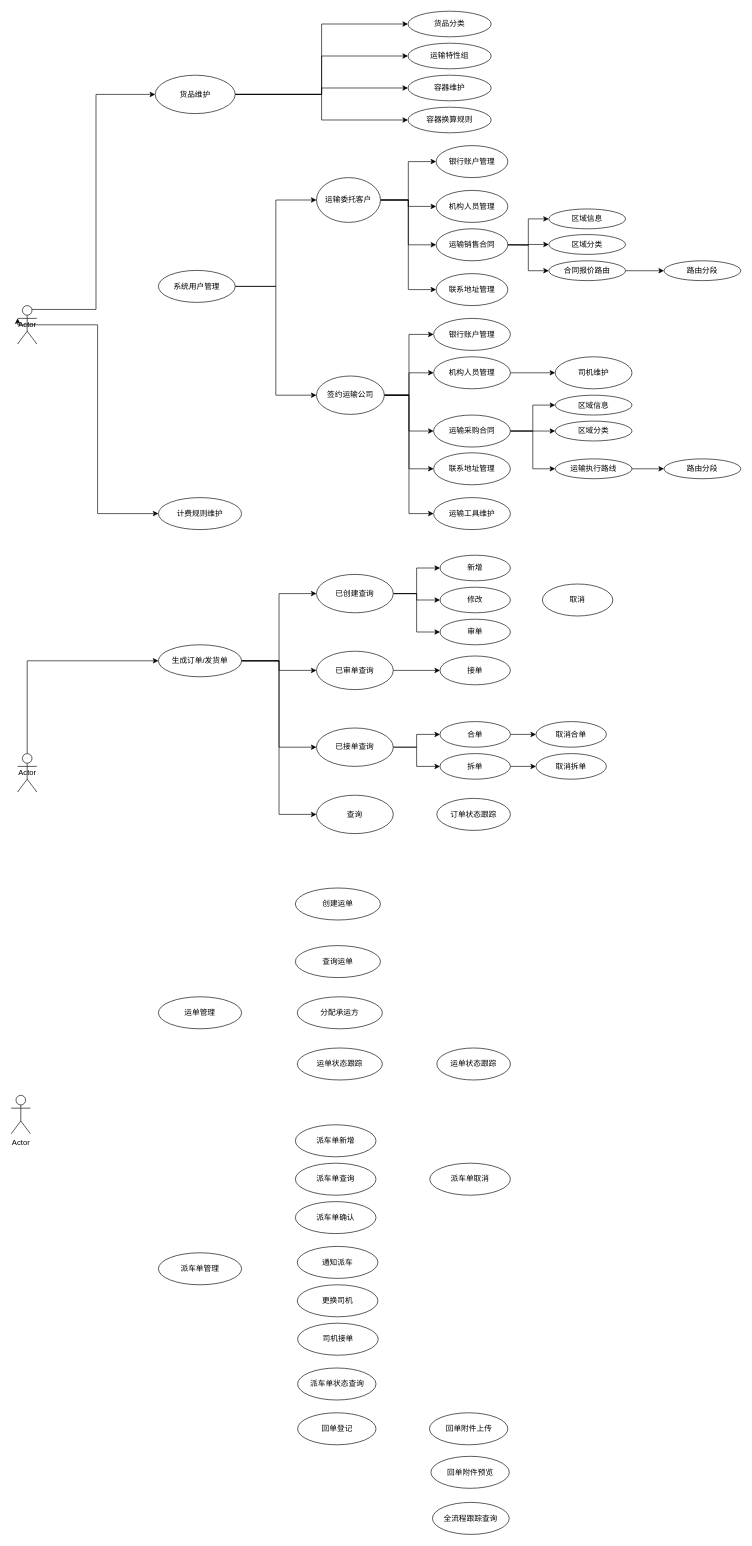
The draw.io diagram user-case.drawio in coding-now/blog-comments, before the edit. Source tidied: cells renumbered, new cells numbered last; positions are measured from the earlier drawing's top-left corner, leaving out a move shared by most shapes. Both pictures are drawn from the tidied source at 64%, with x=0, y=0 at pixel (11, 11).
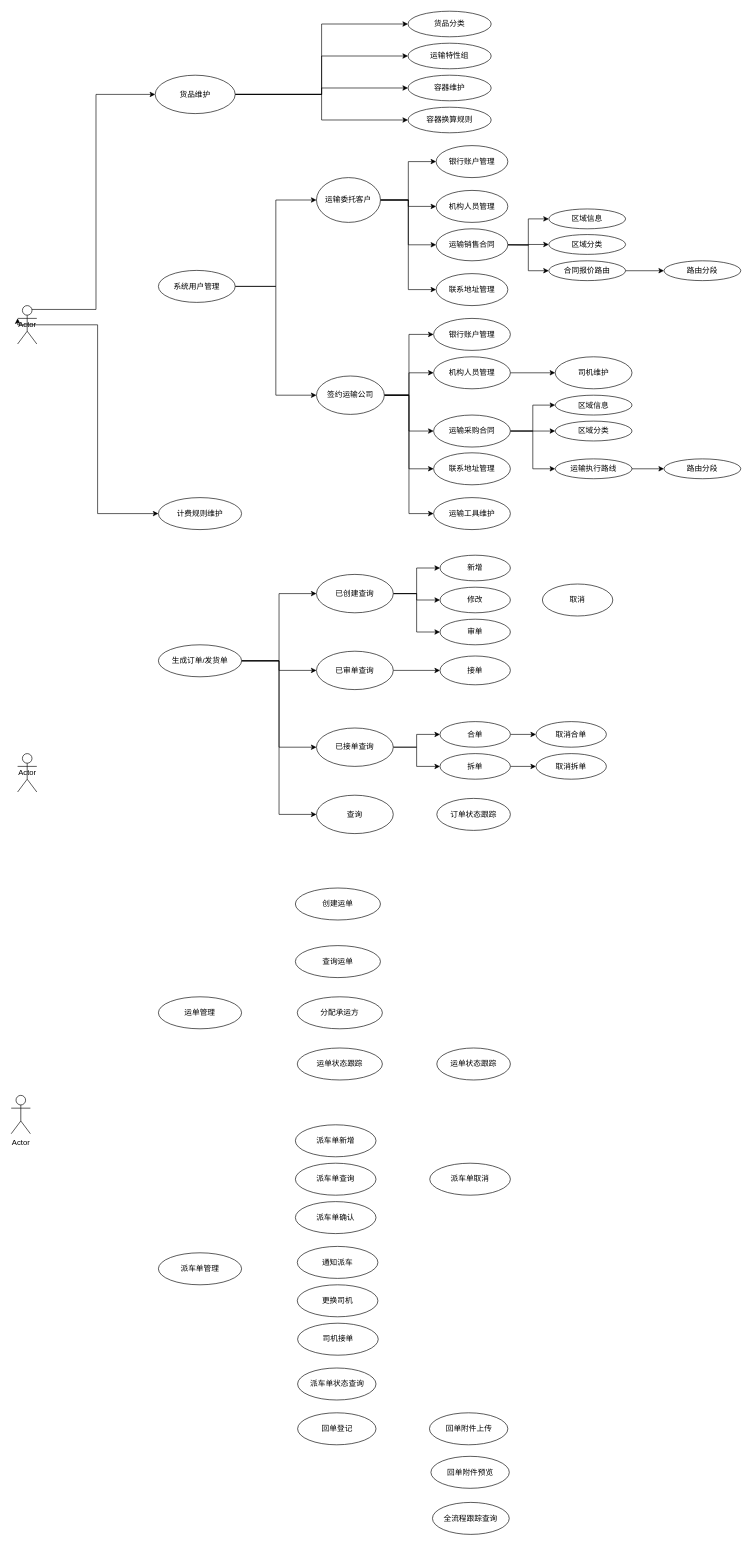
The same page after the edit.

The change refers to these unchanged cells:
```xml
<mxCell id="58" value="生成订单/发货单" style="ellipse;whiteSpace=wrap;html=1;labelPosition=center;verticalLabelPosition=middle;align=center;verticalAlign=middle;" parent="1" vertex="1">
  <mxGeometry x="230" y="990" width="130" height="50" as="geometry" />
</mxCell>
<mxCell id="63" value="Actor" style="shape=umlActor;verticalLabelPosition=middle;verticalAlign=middle;html=1;labelPosition=center;align=center;" parent="1" vertex="1">
  <mxGeometry x="10" y="1160" width="30" height="60" as="geometry" />
</mxCell>
```

Change to the diagram source:
```diff
@@
-    <mxCell id="62" style="edgeStyle=orthogonalEdgeStyle;rounded=0;jettySize=auto;html=1;exitX=0.5;exitY=0;exitDx=0;exitDy=0;exitPerimeter=0;entryX=0;entryY=0.5;entryDx=0;entryDy=0;" parent="1" edge="1" source="63" target="58">
-      <mxGeometry relative="1" as="geometry" />
-    </mxCell>
```
